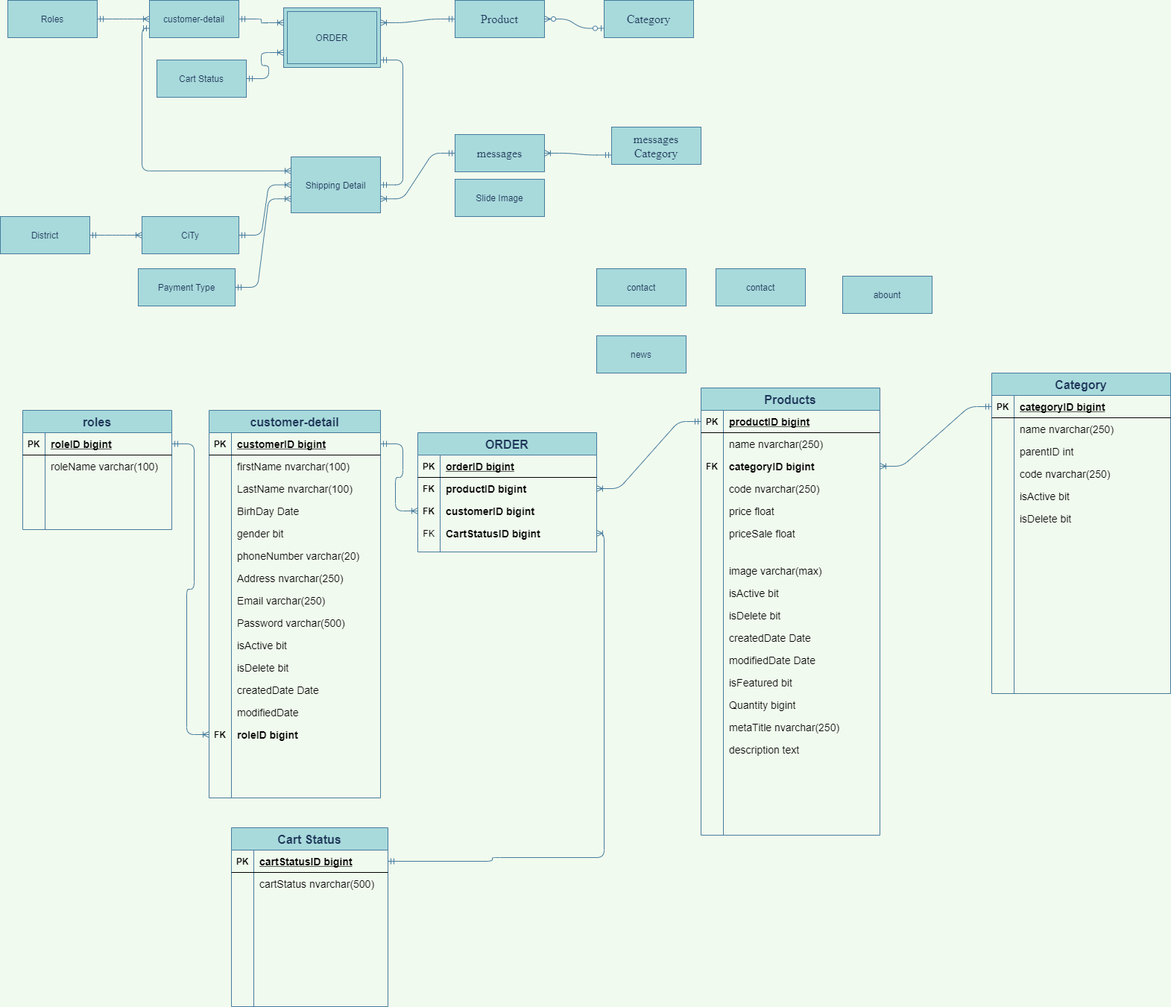
Earlier version of the draw.io export Untitled Diagram.png (maialino123/Eproject-SEM3). Source tidied: cells renumbered, new cells last; positions are measured from the earlier drawing's top-left corner, leaving out a move shared by most shapes.
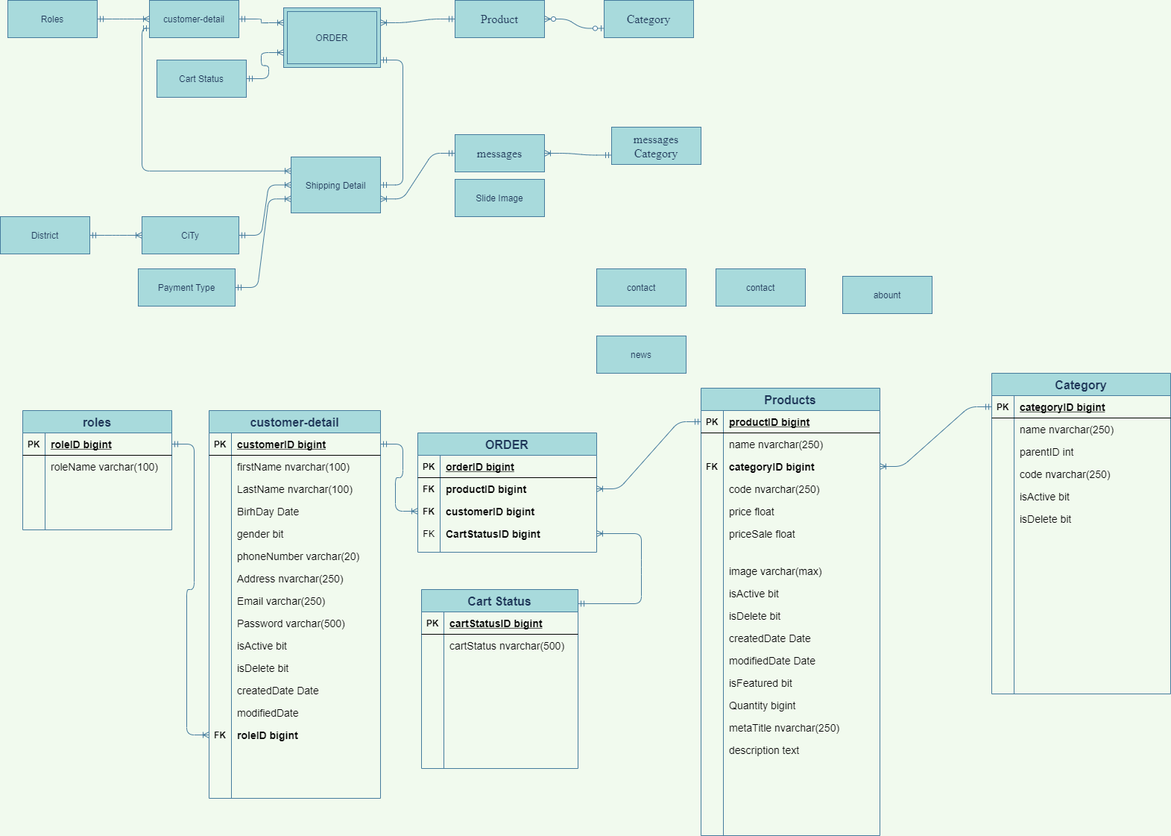
Above is the later version.

The edit, as a diff of the source:
```diff
@@ -257,7 +257,7 @@
       <mxGeometry x="30" width="200" height="30" as="geometry" />
     </mxCell>
     <mxCell id="86" value="Cart Status" style="shape=table;startSize=30;rowLines=0;fontStyle=1;align=center;rounded=0;sketch=0;fontColor=#1D3557;strokeColor=#457B9D;fillColor=#A8DADC;fontSize=16;" parent="1" vertex="1">
-      <mxGeometry x="310" y="1110" width="210" height="240" as="geometry" />
+      <mxGeometry x="565" y="790" width="210" height="240" as="geometry" />
     </mxCell>
     <mxCell id="87" style="shape=partialRectangle;fillColor=none;top=0;left=0;bottom=1;right=0;" parent="86" vertex="1">
       <mxGeometry y="30" width="210" height="30" as="geometry" />
@@ -586,14 +586,12 @@
     <mxCell id="195" value="description text" style="shape=partialRectangle;fillColor=none;top=0;left=0;bottom=0;right=0;align=left;spacingLeft=6;overflow=hidden;fontSize=14;" parent="1" vertex="1">
       <mxGeometry x="970" y="990" width="210" height="30" as="geometry" />
     </mxCell>
-    <mxCell id="196" style="edgeStyle=orthogonalEdgeStyle;fontSize=12;html=1;endArrow=ERoneToMany;startArrow=ERmandOne;fontColor=#1D3557;strokeColor=#457B9D;fillColor=#A8DADC;labelBackgroundColor=#F1FAEE;entryX=1;entryY=0.5;entryDx=0;entryDy=0;" parent="1" edge="1" target="119">
+    <mxCell id="196" style="fontSize=12;html=1;endArrow=ERoneToMany;startArrow=ERmandOne;fontColor=#1D3557;strokeColor=#457B9D;fillColor=#A8DADC;labelBackgroundColor=#F1FAEE;entryX=1;entryY=0.5;entryDx=0;entryDy=0;exitX=1;exitY=0.079;exitDx=0;exitDy=0;exitPerimeter=0;" parent="1" edge="1" source="86" target="119">
       <mxGeometry relative="1" as="geometry">
-        <mxPoint x="520" y="1155" as="sourcePoint" />
         <Array as="points">
-          <mxPoint x="660" y="1155" />
-          <mxPoint x="660" y="1150" />
-          <mxPoint x="810" y="1150" />
-          <mxPoint x="810" y="715" />
+          <mxPoint x="860" y="809" />
+          <mxPoint x="860" y="760" />
+          <mxPoint x="860" y="715" />
         </Array>
       </mxGeometry>
     </mxCell>
```
